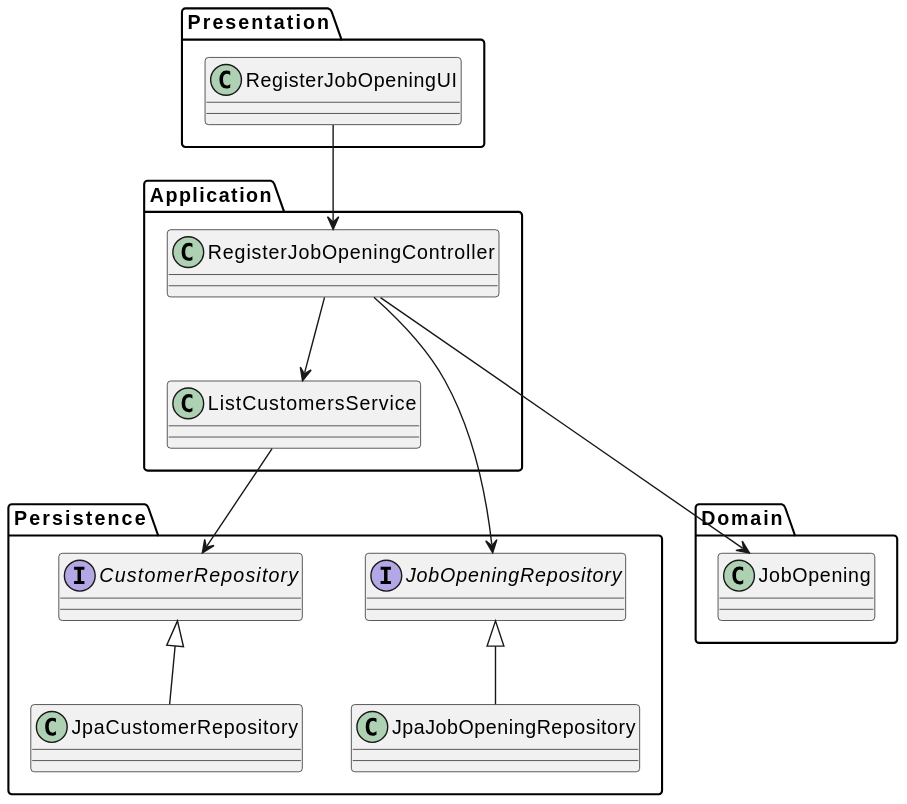
Earlier version of the PlantUML export docs/Sprint B/us_2000c/class-diagram-01.svg (Goncalves2525/Jobs4U-Talent-Acquisition-Management-System). The source it was exported from:
```plantuml
@startuml
package Presentation {
    class RegisterJobOpeningUI
}

package Domain {
    class JobOpening
}

package Persistence {
    class JpaJobOpeningRepository
    class JpaCustomerRepository
    interface JobOpeningRepository
    interface CustomerRepository
}

package Application {
    class RegisterJobOpeningController
    class ListCustomersService
}



Presentation.RegisterJobOpeningUI --> Application.RegisterJobOpeningController
Application.RegisterJobOpeningController --> Persistence.JobOpeningRepository
Persistence.JobOpeningRepository <|-- Persistence.JpaJobOpeningRepository
Persistence.CustomerRepository <|-- Persistence.JpaCustomerRepository
Application.RegisterJobOpeningController --> Application.ListCustomersService
Application.ListCustomersService --> Persistence.CustomerRepository
Application.RegisterJobOpeningController ---> Domain.JobOpening
@enduml
```
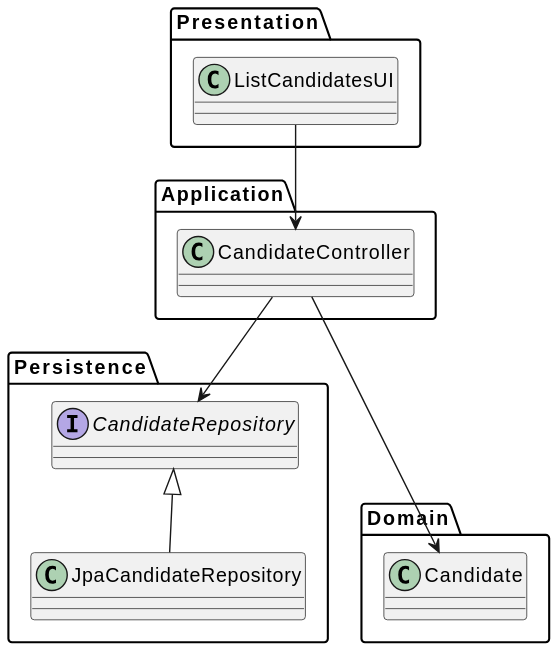
The same file after the commit.

Commit message:
Amended documentations with missing diagram for US 2000c #20

Change to the diagram source:
```diff
@@ -1,31 +1,25 @@
 @startuml
 package Presentation {
-    class RegisterJobOpeningUI
+    class ListCandidatesUI
 }
 
 package Domain {
-    class JobOpening
+    class Candidate
 }
 
 package Persistence {
-    class JpaJobOpeningRepository
-    class JpaCustomerRepository
-    interface JobOpeningRepository
-    interface CustomerRepository
+    class JpaCandidateRepository
+    interface CandidateRepository
 }
 
 package Application {
-    class RegisterJobOpeningController
-    class ListCustomersService
+    class CandidateController
 }
 
 
 
-Presentation.RegisterJobOpeningUI --> Application.RegisterJobOpeningController
-Application.RegisterJobOpeningController --> Persistence.JobOpeningRepository
-Persistence.JobOpeningRepository <|-- Persistence.JpaJobOpeningRepository
-Persistence.CustomerRepository <|-- Persistence.JpaCustomerRepository
-Application.RegisterJobOpeningController --> Application.ListCustomersService
-Application.ListCustomersService --> Persistence.CustomerRepository
-Application.RegisterJobOpeningController ---> Domain.JobOpening
+Presentation.ListCandidatesUI --> Application.CandidateController
+Application.CandidateController --> Persistence.CandidateRepository
+Persistence.CandidateRepository <|-- Persistence.JpaCandidateRepository
+Application.CandidateController ---> Domain.Candidate
 @enduml
```
